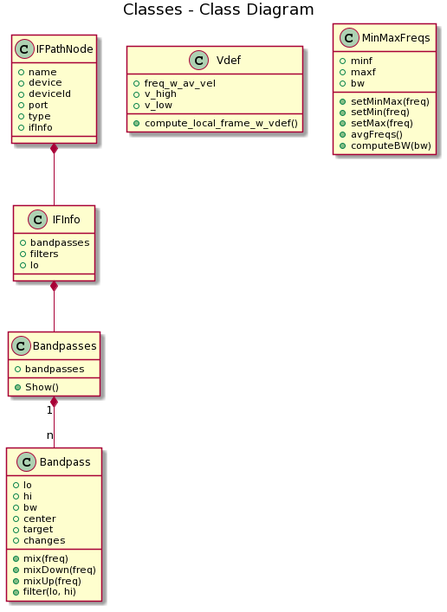
This is docs/myConfigClasses.png from pmargani/myConfig, a PlantUML export, as it was before one commit. Its diagram source:
```plantuml
@startuml
title Classes - Class Diagram


class IFPathNode {
  + name
  + device
  + deviceId
  + port
  + type
  + ifInfo

}

class IFInfo {
  + bandpasses
  + filters
  + lo
}

class Bandpasses {
  + bandpasses
  + Show()
}

class Bandpass {
  + lo
  + hi
  + bw
  + center
  + target
  + changes
  + mix(freq)
  + mixDown(freq)
  + mixUp(freq)
  + filter(lo, hi)
}

class Vdef {
  + freq_w_av_vel
  + v_high
  + v_low
  + compute_local_frame_w_vdef()
}

class MinMaxFreqs {
  + minf
  + maxf
  + bw
  + setMinMax(freq)
  + setMin(freq)
  + setMax(freq)
  + avgFreqs()
  + computeBW(bw)
}

IFPathNode *-- IFInfo
IFInfo *-- Bandpasses
Bandpasses "1" *-- "n" Bandpass
@enduml
```
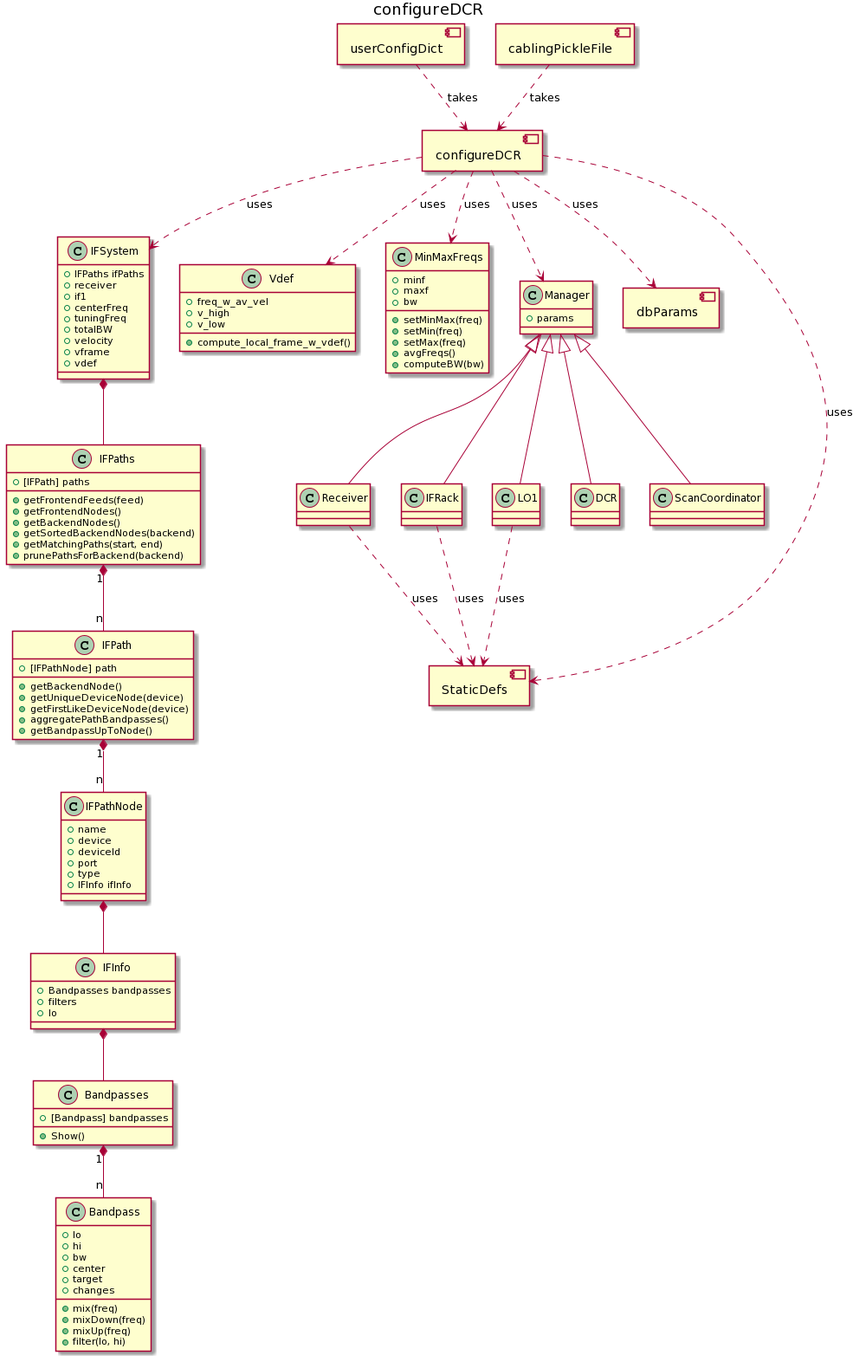
Above is the later version.

The edit, as a diff of the source:
```diff
@@ -1,6 +1,38 @@
 @startuml
-title Classes - Class Diagram
+allowmixing
 
+title configureDCR
+
+class IFSystem {
+  + IFPaths ifPaths
+  + receiver
+  + if1
+  + centerFreq
+  + tuningFreq
+  + totalBW
+  + velocity
+  + vframe
+  + vdef
+}
+
+class IFPaths {
+   + [IFPath] paths
+   + getFrontendFeeds(feed)
+   + getFrontendNodes()
+   + getBackendNodes()
+   + getSortedBackendNodes(backend)
+   + getMatchingPaths(start, end)
+   + prunePathsForBackend(backend)
+}
+
+class IFPath {
+   + [IFPathNode] path
+   + getBackendNode()
+   + getUniqueDeviceNode(device)
+   + getFirstLikeDeviceNode(device)
+   + aggregatePathBandpasses()
+   + getBandpassUpToNode()
+}
 
 class IFPathNode {
   + name
@@ -8,18 +40,18 @@
   + deviceId
   + port
   + type
-  + ifInfo
+  + IFInfo ifInfo
 
 }
 
 class IFInfo {
-  + bandpasses
+  + Bandpasses bandpasses
   + filters
   + lo
 }
 
 class Bandpasses {
-  + bandpasses
+  + [Bandpass] bandpasses
   + Show()
 }
 
@@ -54,7 +86,46 @@
   + computeBW(bw)
 }
 
+class Manager {
+  + params
+}
+
+class Receiver
+class IFRack
+class LO1
+class DCR
+class ScanCoordinator
+
+
+component configureDCR
+component dbParams
+component userConfigDict
+component cablingPickleFile
+component StaticDefs
+
+
+Manager <|-- Receiver
+Manager <|-- LO1
+Manager <|-- IFRack
+Manager <|-- ScanCoordinator
+Manager <|-- DCR
+
+IFSystem *-- IFPaths
+IFPaths "1" *-- "n" IFPath
+IFPath "1" *-- "n" IFPathNode
 IFPathNode *-- IFInfo
 IFInfo *-- Bandpasses
 Bandpasses "1" *-- "n" Bandpass
+Receiver ..> StaticDefs: uses
+IFRack ..> StaticDefs: uses
+LO1 ..> StaticDefs: uses
+
+configureDCR ..> dbParams: uses
+configureDCR ..> IFSystem: uses
+configureDCR ..> Manager: uses
+configureDCR ..> Vdef: uses
+configureDCR ..> MinMaxFreqs: uses
+configureDCR ..> StaticDefs: uses
+userConfigDict ..> configureDCR: takes
+cablingPickleFile ..> configureDCR: takes
 @enduml
```
